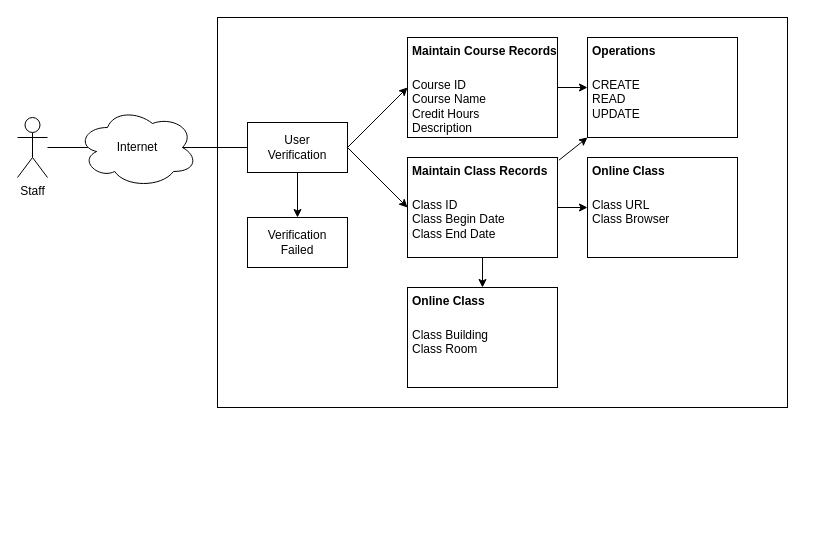
This is Mod3_Discussion.drawio from BrandonLombard/OOAD-SNHU, a draw.io file, before an edit. Source tidied: cells renumbered, new cells numbered last; positions are measured from the earlier drawing's top-left corner, leaving out a move shared by most shapes. Both pictures are drawn from the tidied source at 100%, with x=0, y=0 at pixel (17, 17).
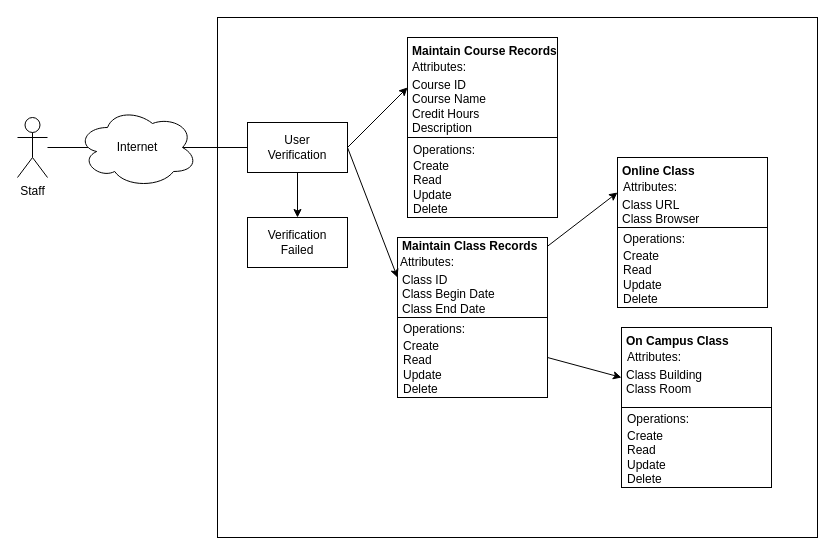
The same diagram, later.

Unchanged cells that the change refers to:
```xml
<mxCell id="14" style="rounded=0;whiteSpace=wrap;html=1;" parent="1" vertex="1">
  <mxGeometry x="390" y="20" width="150" height="100" as="geometry" />
</mxCell>
```

Change to the diagram source:
```diff
@@
     <mxCell id="4" style="rounded=0;whiteSpace=wrap;html=1;" parent="1" vertex="1">
-      <mxGeometry x="200" width="570" height="390" as="geometry" />
+      <mxGeometry x="200" width="600" height="520" as="geometry" />
     </mxCell>
@@
-    <mxCell id="13" style="edgeStyle=orthogonalEdgeStyle;rounded=0;jettySize=auto;html=1;entryX=0;entryY=0.5;entryDx=0;entryDy=0;" parent="1" edge="1" source="14" target="27">
-      <mxGeometry relative="1" as="geometry" />
-    </mxCell>
@@
-    <mxCell id="17" style="edgeStyle=orthogonalEdgeStyle;rounded=0;jettySize=auto;html=1;entryX=0.5;entryY=0;entryDx=0;entryDy=0;" parent="1" edge="1" source="18" target="24">
-      <mxGeometry relative="1" as="geometry" />
-    </mxCell>
     <mxCell id="18" style="rounded=0;whiteSpace=wrap;html=1;" parent="1" vertex="1">
-      <mxGeometry x="390" y="140" width="150" height="100" as="geometry" />
+      <mxGeometry x="380" y="220" width="150" height="80" as="geometry" />
     </mxCell>
     <mxCell id="19" value="&lt;h1&gt;&lt;span style=&quot;font-size: 12px&quot;&gt;Maintain Class Records&lt;/span&gt;&lt;/h1&gt;&lt;div&gt;&lt;span style=&quot;font-size: 12px&quot;&gt;Class ID&lt;/span&gt;&lt;/div&gt;&lt;div&gt;&lt;span style=&quot;font-size: 12px&quot;&gt;Class Begin Date&lt;/span&gt;&lt;/div&gt;&lt;div&gt;&lt;span style=&quot;font-size: 12px&quot;&gt;Class End Date&lt;/span&gt;&lt;/div&gt;" style="text;html=1;strokeColor=none;fillColor=none;spacing=5;spacingTop=-20;whiteSpace=wrap;overflow=hidden;rounded=0;" parent="1" vertex="1">
-      <mxGeometry x="390" y="130" width="150" height="110" as="geometry" />
+      <mxGeometry x="380" y="205" width="150" height="95" as="geometry" />
     </mxCell>
@@
-    <mxCell id="21" style="endArrow=classic;html=1;entryX=0;entryY=0.5;entryDx=0;entryDy=0;" parent="1" edge="1" target="22">
-      <mxGeometry relative="1" as="geometry">
-        <mxPoint x="540" y="190" as="sourcePoint" />
-      </mxGeometry>
+    <mxCell id="21" style="endArrow=classic;html=1;entryX=0;entryY=0.5;entryDx=0;entryDy=0;exitX=1;exitY=0.25;exitDx=0;exitDy=0;" parent="1" edge="1" source="19" target="22">
+      <mxGeometry relative="1" as="geometry" />
     </mxCell>
     <mxCell id="22" style="rounded=0;whiteSpace=wrap;html=1;" parent="1" vertex="1">
-      <mxGeometry x="570" y="140" width="150" height="100" as="geometry" />
+      <mxGeometry x="600" y="140" width="150" height="70" as="geometry" />
     </mxCell>
     <mxCell id="23" value="&lt;h1&gt;&lt;span style=&quot;font-size: 12px&quot;&gt;Online Class&lt;/span&gt;&lt;/h1&gt;&lt;div&gt;&lt;span style=&quot;font-size: 12px&quot;&gt;Class URL&lt;/span&gt;&lt;/div&gt;&lt;div&gt;&lt;span style=&quot;font-size: 12px&quot;&gt;Class Browser&lt;/span&gt;&lt;/div&gt;" style="text;html=1;strokeColor=none;fillColor=none;spacing=5;spacingTop=-20;whiteSpace=wrap;overflow=hidden;rounded=0;" parent="1" vertex="1">
-      <mxGeometry x="570" y="130" width="150" height="110" as="geometry" />
+      <mxGeometry x="600" y="130" width="150" height="80" as="geometry" />
     </mxCell>
     <mxCell id="24" style="rounded=0;whiteSpace=wrap;html=1;" parent="1" vertex="1">
-      <mxGeometry x="390" y="270" width="150" height="100" as="geometry" />
+      <mxGeometry x="604" y="310" width="150" height="80" as="geometry" />
     </mxCell>
-    <mxCell id="25" value="&lt;h1&gt;&lt;span style=&quot;font-size: 12px&quot;&gt;Online Class&lt;/span&gt;&lt;/h1&gt;&lt;div&gt;&lt;span style=&quot;font-size: 12px&quot;&gt;Class Building&lt;/span&gt;&lt;/div&gt;&lt;div&gt;&lt;span style=&quot;font-size: 12px&quot;&gt;Class Room&lt;/span&gt;&lt;/div&gt;" style="text;html=1;strokeColor=none;fillColor=none;spacing=5;spacingTop=-20;whiteSpace=wrap;overflow=hidden;rounded=0;" parent="1" vertex="1">
-      <mxGeometry x="390" y="260" width="150" height="150" as="geometry" />
+    <mxCell id="25" value="&lt;h1&gt;&lt;span style=&quot;font-size: 12px&quot;&gt;On Campus Class&lt;/span&gt;&lt;/h1&gt;&lt;div&gt;&lt;span style=&quot;font-size: 12px&quot;&gt;Class Building&lt;/span&gt;&lt;/div&gt;&lt;div&gt;&lt;span style=&quot;font-size: 12px&quot;&gt;Class Room&lt;/span&gt;&lt;/div&gt;" style="text;html=1;strokeColor=none;fillColor=none;spacing=5;spacingTop=-20;whiteSpace=wrap;overflow=hidden;rounded=0;" parent="1" vertex="1">
+      <mxGeometry x="604" y="300" width="150" height="80" as="geometry" />
     </mxCell>
@@
-    <mxCell id="27" style="rounded=0;whiteSpace=wrap;html=1;" parent="1" vertex="1">
-      <mxGeometry x="570" y="20" width="150" height="100" as="geometry" />
-    </mxCell>
-    <mxCell id="28" value="&lt;h1&gt;&lt;span style=&quot;font-size: 12px&quot;&gt;Operations&lt;/span&gt;&lt;/h1&gt;&lt;div&gt;CREATE&lt;/div&gt;&lt;div&gt;READ&lt;/div&gt;&lt;div&gt;UPDATE&lt;/div&gt;&lt;div&gt;&lt;br&gt;&lt;/div&gt;" style="text;html=1;strokeColor=none;fillColor=none;spacing=5;spacingTop=-20;whiteSpace=wrap;overflow=hidden;rounded=0;" parent="1" vertex="1">
-      <mxGeometry x="570" y="10" width="180" height="110" as="geometry" />
-    </mxCell>
-    <mxCell id="29" style="endArrow=classic;html=1;exitX=1.01;exitY=0.115;exitDx=0;exitDy=0;exitPerimeter=0;entryX=0;entryY=1;entryDx=0;entryDy=0;" parent="1" edge="1" source="19" target="28">
-      <mxGeometry relative="1" as="geometry" />
-    </mxCell>
+    <mxCell id="30" style="rounded=0;whiteSpace=wrap;html=1;" parent="1" vertex="1">
+      <mxGeometry x="600" y="210" width="150" height="80" as="geometry" />
+    </mxCell>
+    <mxCell id="31" value="Operations:" style="text;html=1;strokeColor=none;fillColor=none;align=center;verticalAlign=middle;whiteSpace=wrap;rounded=0;" parent="1" vertex="1">
+      <mxGeometry x="617" y="212" width="40" height="20" as="geometry" />
+    </mxCell>
+    <mxCell id="32" value="Attributes:" style="text;html=1;strokeColor=none;fillColor=none;align=center;verticalAlign=middle;whiteSpace=wrap;rounded=0;" parent="1" vertex="1">
+      <mxGeometry x="613" y="160" width="40" height="20" as="geometry" />
+    </mxCell>
+    <mxCell id="33" value="Create&lt;br&gt;Read&lt;br&gt;Update&lt;br&gt;Delete" style="text;html=1;strokeColor=none;fillColor=none;align=left;verticalAlign=middle;whiteSpace=wrap;rounded=0;" parent="1" vertex="1">
+      <mxGeometry x="604" y="250" width="40" height="20" as="geometry" />
+    </mxCell>
+    <mxCell id="34" value="Attributes:" style="text;html=1;strokeColor=none;fillColor=none;align=center;verticalAlign=middle;whiteSpace=wrap;rounded=0;" parent="1" vertex="1">
+      <mxGeometry x="402" y="40" width="40" height="20" as="geometry" />
+    </mxCell>
+    <mxCell id="35" style="rounded=0;whiteSpace=wrap;html=1;" parent="1" vertex="1">
+      <mxGeometry x="390" y="120" width="150" height="80" as="geometry" />
+    </mxCell>
+    <mxCell id="36" value="Create&lt;br&gt;Read&lt;br&gt;Update&lt;br&gt;Delete" style="text;html=1;strokeColor=none;fillColor=none;align=left;verticalAlign=middle;whiteSpace=wrap;rounded=0;" parent="1" vertex="1">
+      <mxGeometry x="394" y="160" width="40" height="20" as="geometry" />
+    </mxCell>
+    <mxCell id="37" value="Operations:" style="text;html=1;strokeColor=none;fillColor=none;align=center;verticalAlign=middle;whiteSpace=wrap;rounded=0;" parent="1" vertex="1">
+      <mxGeometry x="407" y="123" width="40" height="20" as="geometry" />
+    </mxCell>
+    <mxCell id="38" style="rounded=0;whiteSpace=wrap;html=1;" parent="1" vertex="1">
+      <mxGeometry x="380" y="300" width="150" height="80" as="geometry" />
+    </mxCell>
+    <mxCell id="39" value="Operations:" style="text;html=1;strokeColor=none;fillColor=none;align=center;verticalAlign=middle;whiteSpace=wrap;rounded=0;" parent="1" vertex="1">
+      <mxGeometry x="397" y="302" width="40" height="20" as="geometry" />
+    </mxCell>
+    <mxCell id="40" value="Create&lt;br&gt;Read&lt;br&gt;Update&lt;br&gt;Delete" style="text;html=1;strokeColor=none;fillColor=none;align=left;verticalAlign=middle;whiteSpace=wrap;rounded=0;" parent="1" vertex="1">
+      <mxGeometry x="384" y="340" width="40" height="20" as="geometry" />
+    </mxCell>
+    <mxCell id="41" style="rounded=0;whiteSpace=wrap;html=1;" parent="1" vertex="1">
+      <mxGeometry x="604" y="390" width="150" height="80" as="geometry" />
+    </mxCell>
+    <mxCell id="42" value="Operations:" style="text;html=1;strokeColor=none;fillColor=none;align=center;verticalAlign=middle;whiteSpace=wrap;rounded=0;" parent="1" vertex="1">
+      <mxGeometry x="621" y="392" width="40" height="20" as="geometry" />
+    </mxCell>
+    <mxCell id="43" value="Create&lt;br&gt;Read&lt;br&gt;Update&lt;br&gt;Delete" style="text;html=1;strokeColor=none;fillColor=none;align=left;verticalAlign=middle;whiteSpace=wrap;rounded=0;" parent="1" vertex="1">
+      <mxGeometry x="608" y="430" width="40" height="20" as="geometry" />
+    </mxCell>
+    <mxCell id="44" value="Attributes:" style="text;html=1;strokeColor=none;fillColor=none;align=center;verticalAlign=middle;whiteSpace=wrap;rounded=0;" parent="1" vertex="1">
+      <mxGeometry x="390" y="235" width="40" height="20" as="geometry" />
+    </mxCell>
+    <mxCell id="45" value="Attributes:" style="text;html=1;strokeColor=none;fillColor=none;align=center;verticalAlign=middle;whiteSpace=wrap;rounded=0;" parent="1" vertex="1">
+      <mxGeometry x="617" y="330" width="40" height="20" as="geometry" />
+    </mxCell>
+    <mxCell id="46" style="endArrow=classic;html=1;exitX=1;exitY=0.5;exitDx=0;exitDy=0;entryX=0;entryY=0.75;entryDx=0;entryDy=0;" parent="1" edge="1" source="38" target="25">
+      <mxGeometry relative="1" as="geometry" />
+    </mxCell>
```
